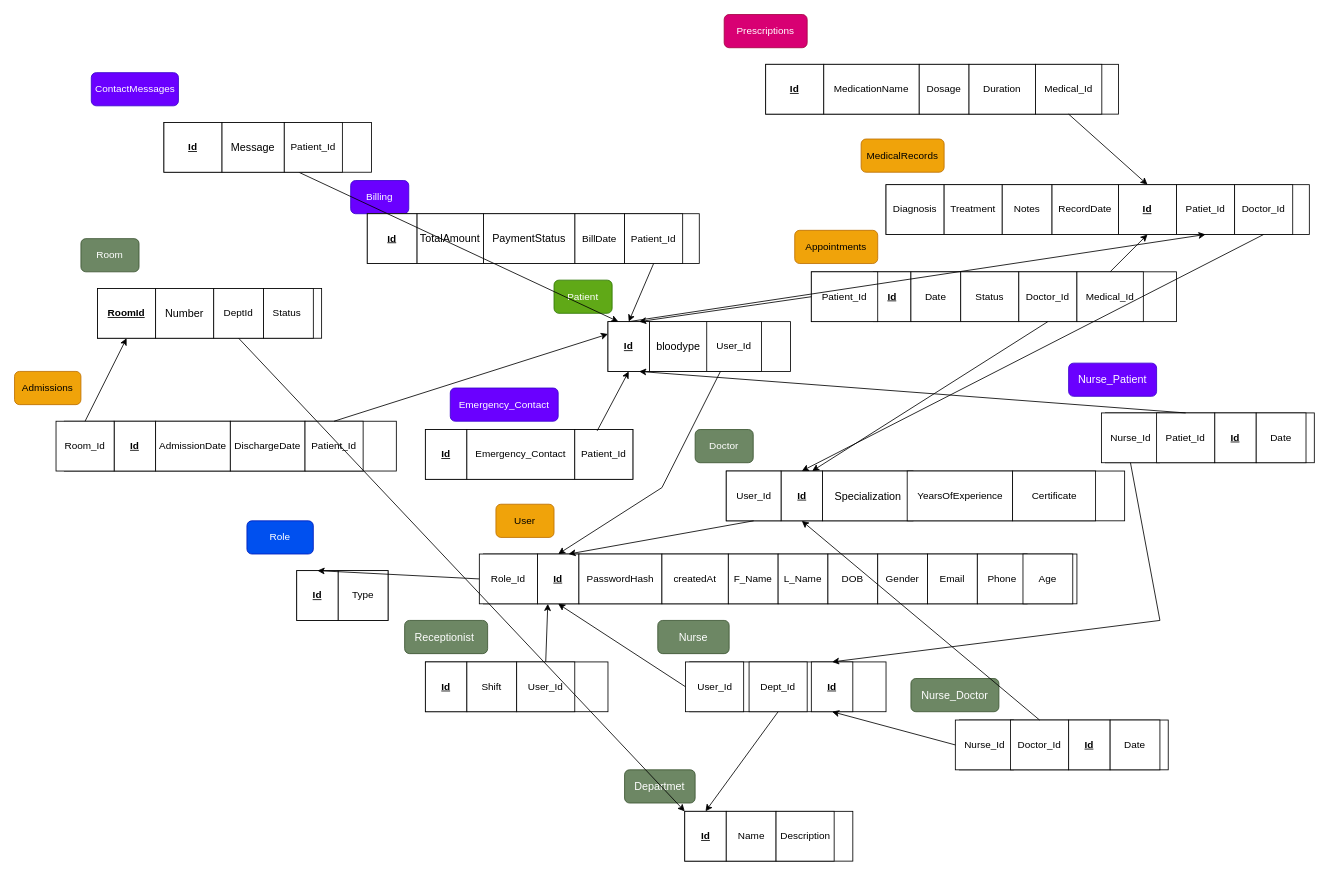
The draw.io diagram Diagrams/Hospital_Database.drawio in amirahassandev/Hospital_Management_System, before the edit. Source tidied: cells renumbered, new cells numbered last; positions are measured from the earlier drawing's top-left corner, leaving out a move shared by most shapes. Both pictures are drawn from the tidied source at 83%, with x=0, y=0 at pixel (14, 14).
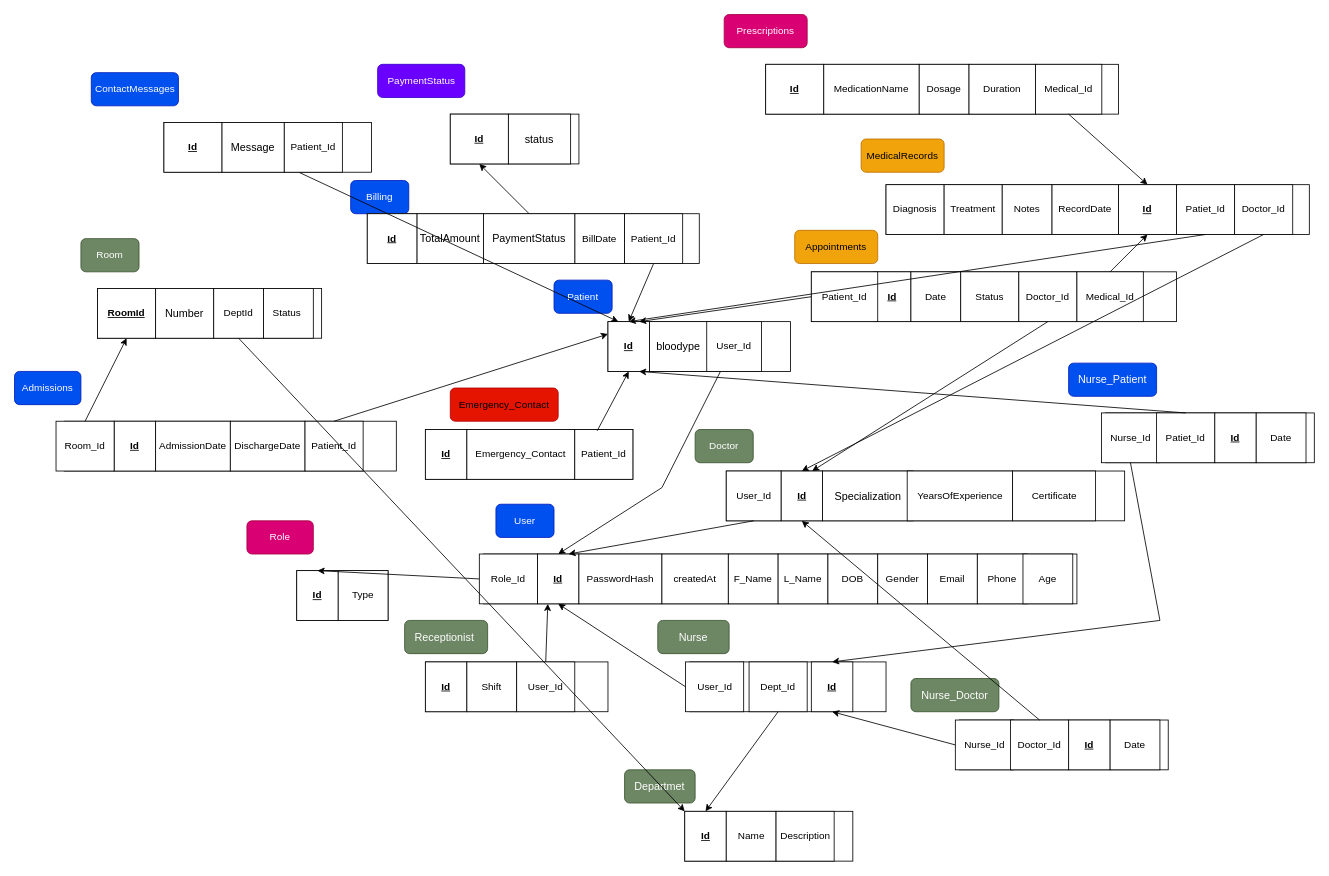
Above is the later version.

Commit message:
add payment status

Unchanged cells that the change refers to:
```xml
<mxCell id="7" value="&lt;u&gt;&lt;b&gt;Id&lt;/b&gt;&lt;/u&gt;" style="rounded=0;whiteSpace=wrap;html=1;" parent="1" vertex="1">
  <mxGeometry x="715" y="370" width="50" height="60" as="geometry" />
</mxCell>
<mxCell id="10" value="&lt;span style=&quot;font-size: 13px;&quot;&gt;PaymentStatus&lt;/span&gt;" style="rounded=0;whiteSpace=wrap;html=1;" parent="1" vertex="1">
  <mxGeometry x="565" y="240" width="110" height="60" as="geometry" />
</mxCell>
<mxCell id="130" value="Patiet_Id" style="rounded=0;whiteSpace=wrap;html=1;" parent="1" vertex="1">
  <mxGeometry x="1400" y="205" width="70" height="60" as="geometry" />
</mxCell>
```

Diff of the diagram source:
```diff
@@
-    <mxCell id="2" value="Billing" style="rounded=1;whiteSpace=wrap;html=1;fillColor=#6a00ff;fontColor=#ffffff;strokeColor=#3700CC;" parent="1" vertex="1">
+    <mxCell id="2" value="Billing" style="rounded=1;whiteSpace=wrap;html=1;fillColor=#0050ef;fontColor=#ffffff;strokeColor=#001DBC;" parent="1" vertex="1">
       <mxGeometry x="405" y="200" width="70" height="40" as="geometry" />
     </mxCell>
@@
-    <mxCell id="5" value="Patient" style="rounded=1;whiteSpace=wrap;html=1;fillColor=#60a917;fontColor=#ffffff;strokeColor=#2D7600;" parent="1" vertex="1">
+    <mxCell id="5" value="Patient" style="rounded=1;whiteSpace=wrap;html=1;fillColor=#0050ef;fontColor=#ffffff;strokeColor=#001DBC;" parent="1" vertex="1">
       <mxGeometry x="650" y="320" width="70" height="40" as="geometry" />
     </mxCell>
@@
-    <mxCell id="11" value="Emergency_Contact" style="rounded=1;whiteSpace=wrap;html=1;fillColor=#6a00ff;fontColor=#ffffff;strokeColor=#3700CC;" parent="1" vertex="1">
+    <mxCell id="11" value="&lt;font style=&quot;color: light-dark(rgb(0, 0, 0), rgb(255, 255, 255));&quot;&gt;Emergency_Contact&lt;/font&gt;" style="rounded=1;whiteSpace=wrap;html=1;fillColor=light-dark(#e51400, #a61407);fontColor=#ffffff;strokeColor=#B20000;" parent="1" vertex="1">
       <mxGeometry x="525" y="450" width="130" height="40" as="geometry" />
     </mxCell>
@@
-    <mxCell id="18" value="User" style="rounded=1;whiteSpace=wrap;html=1;fillColor=#f0a30a;fontColor=#000000;strokeColor=#BD7000;" parent="1" vertex="1">
+    <mxCell id="18" value="User" style="rounded=1;whiteSpace=wrap;html=1;fillColor=#0050ef;fontColor=#ffffff;strokeColor=#001DBC;" parent="1" vertex="1">
       <mxGeometry x="580" y="590" width="70" height="40" as="geometry" />
     </mxCell>
@@
-    <mxCell id="23" value="Role" style="rounded=1;whiteSpace=wrap;html=1;fillColor=#0050ef;fontColor=#ffffff;strokeColor=#001DBC;" parent="1" vertex="1">
+    <mxCell id="23" value="Role" style="rounded=1;whiteSpace=wrap;html=1;fillColor=#d80073;fontColor=#ffffff;strokeColor=#A50040;" parent="1" vertex="1">
       <mxGeometry x="280" y="610" width="80" height="40" as="geometry" />
     </mxCell>
@@
-    <mxCell id="85" value="ContactMessages" style="rounded=1;whiteSpace=wrap;html=1;fillColor=#6a00ff;fontColor=#ffffff;strokeColor=#3700CC;" parent="1" vertex="1">
+    <mxCell id="85" value="ContactMessages" style="rounded=1;whiteSpace=wrap;html=1;fillColor=#0050ef;fontColor=#ffffff;strokeColor=#001DBC;" parent="1" vertex="1">
       <mxGeometry x="92.5" y="70" width="105" height="40" as="geometry" />
     </mxCell>
@@
-    <mxCell id="89" value="Admissions" style="rounded=1;whiteSpace=wrap;html=1;fillColor=#f0a30a;fontColor=#000000;strokeColor=#BD7000;" parent="1" vertex="1">
+    <mxCell id="89" value="Admissions" style="rounded=1;whiteSpace=wrap;html=1;fillColor=#0050ef;fontColor=#ffffff;strokeColor=#001DBC;" parent="1" vertex="1">
       <mxGeometry y="430" width="80" height="40" as="geometry" />
     </mxCell>
@@
-    <mxCell id="118" value="&lt;font style=&quot;font-size: 13px;&quot;&gt;Nurse_Patient&lt;/font&gt;" style="rounded=1;whiteSpace=wrap;html=1;fillColor=#6a00ff;fontColor=#ffffff;strokeColor=#3700CC;" parent="1" vertex="1">
+    <mxCell id="118" value="&lt;font style=&quot;font-size: 13px;&quot;&gt;Nurse_Patient&lt;/font&gt;" style="rounded=1;whiteSpace=wrap;html=1;fillColor=#0050ef;fontColor=#ffffff;strokeColor=#001DBC;" parent="1" vertex="1">
       <mxGeometry x="1270" y="420" width="106" height="40" as="geometry" />
     </mxCell>
@@
-    <mxCell id="132" style="endArrow=classic;html=1;rounded=0;entryX=0.5;entryY=1;entryDx=0;entryDy=0;exitX=0.5;exitY=0;exitDx=0;exitDy=0;" parent="1" edge="1" source="7" target="130">
+    <mxCell id="132" style="endArrow=classic;html=1;rounded=0;entryX=0.5;entryY=0;entryDx=0;entryDy=0;exitX=0.5;exitY=1;exitDx=0;exitDy=0;" parent="1" edge="1" source="130" target="7">
       <mxGeometry relative="1" as="geometry" />
     </mxCell>
@@
+    <mxCell id="134" value="PaymentStatus" style="rounded=1;whiteSpace=wrap;html=1;fillColor=#6a00ff;fontColor=#ffffff;strokeColor=#3700CC;" parent="1" vertex="1">
+      <mxGeometry x="437.5" y="60" width="105" height="40" as="geometry" />
+    </mxCell>
+    <mxCell id="135" style="rounded=0;whiteSpace=wrap;html=1;" parent="1" vertex="1">
+      <mxGeometry x="525" y="120" width="155" height="60" as="geometry" />
+    </mxCell>
+    <mxCell id="136" value="&lt;u&gt;&lt;b&gt;Id&lt;/b&gt;&lt;/u&gt;" style="rounded=0;whiteSpace=wrap;html=1;" parent="1" vertex="1">
+      <mxGeometry x="525" y="120" width="70" height="60" as="geometry" />
+    </mxCell>
+    <mxCell id="137" value="&lt;span style=&quot;font-size: 13px;&quot;&gt;status&lt;/span&gt;" style="rounded=0;whiteSpace=wrap;html=1;" parent="1" vertex="1">
+      <mxGeometry x="595" y="120" width="75" height="60" as="geometry" />
+    </mxCell>
+    <mxCell id="138" style="endArrow=classic;html=1;rounded=0;exitX=0.5;exitY=0;exitDx=0;exitDy=0;entryX=0.5;entryY=1;entryDx=0;entryDy=0;" parent="1" edge="1" source="10" target="136">
+      <mxGeometry relative="1" as="geometry" />
+    </mxCell>
```
